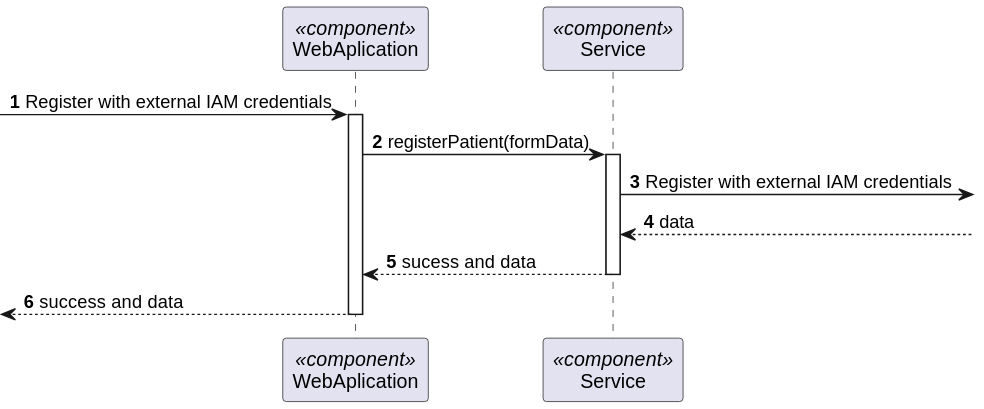
Earlier version of the PlantUML export docs/BackofficeModule/6.2.1/sequence-diagram-3.svg (Ana-Miguel-Silva/SurgicalAppointmentAndResourceManagement).
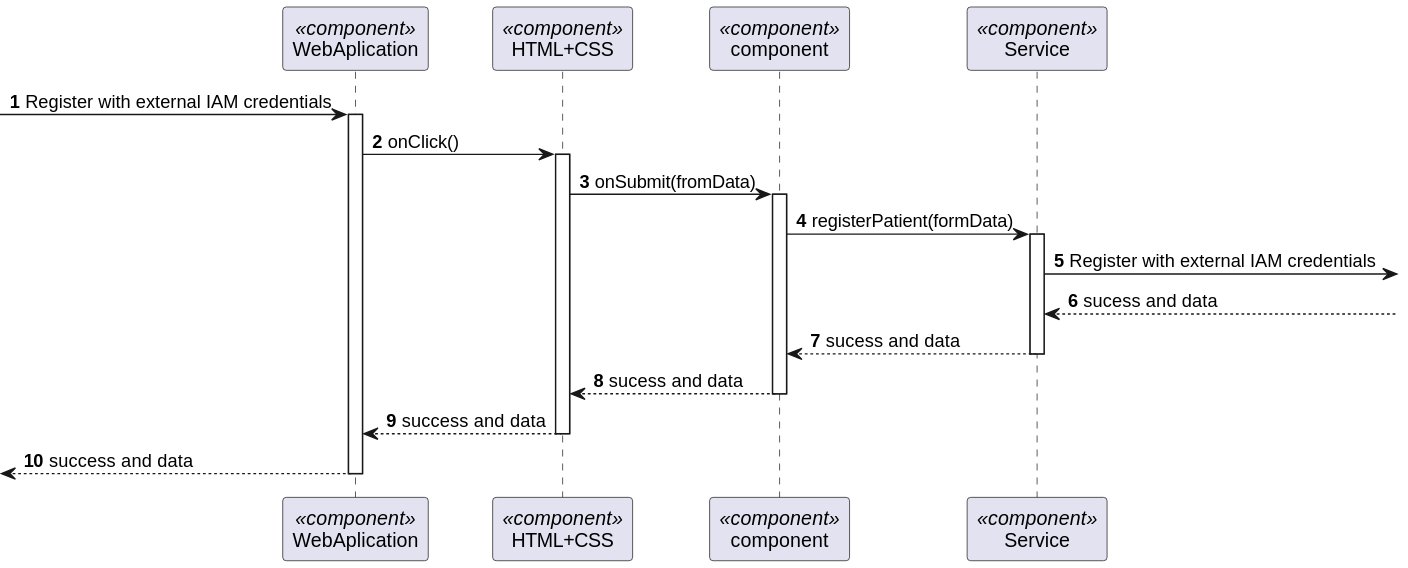
The same diagram one commit later.

What changed in the source:
```diff
@@ -5,6 +5,8 @@
 autonumber
 
 participant "WebAplication" as FE <<component>>
+participant "HTML+CSS" as HT <<component>>
+participant "component" as CM <<component>>
 participant "Service" as SERV <<component>>
 
 
@@ -14,17 +16,31 @@
 -> FE : Register with external IAM credentials
 activate FE
 
-FE -> SERV : registerPatient(formData)
+FE -> HT : onClick()
+activate HT
+
+HT -> CM : onSubmit(fromData)
+activate CM
+
+CM -> SERV : registerPatient(formData)
 activate SERV
 
 SERV -> : Register with external IAM credentials
 
- SERV <--: data
+ SERV <--: sucess and data
 
 
- SERV--> FE : sucess and data
+ SERV--> CM : sucess and data
 
 deactivate  SERV
+
+ CM --> HT : sucess and data
+  deactivate CM
+ HT --> FE : success and data
+
+deactivate HT
+
+
 <-- FE   : success and data
 deactivate FE
 @enduml
```
